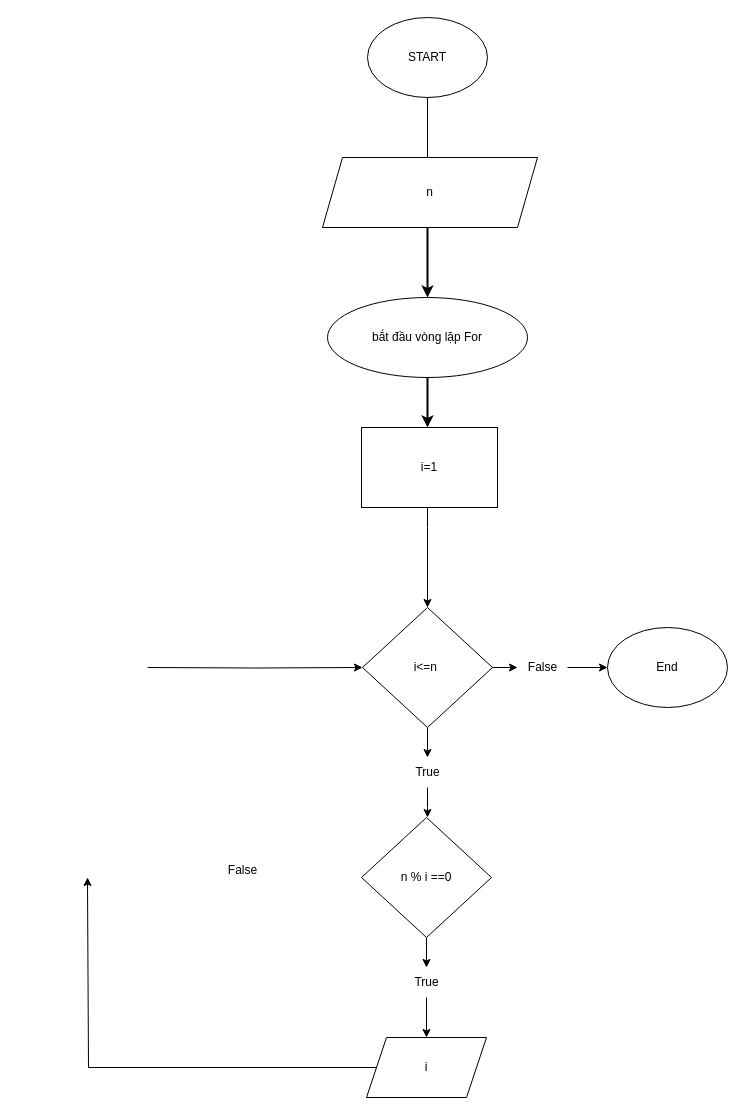
Above: Biểu đồ không có tiêu đề.drawio in huyduc2604/BuiXuanHuyDuc_K24A_drawio (draw.io), before the change. Source tidied: cells renumbered, new cells numbered last; positions are measured from the earlier drawing's top-left corner, leaving out a move shared by most shapes. Both pictures are drawn from the tidied source at 100%, with x=0, y=0 at pixel (87, 17).
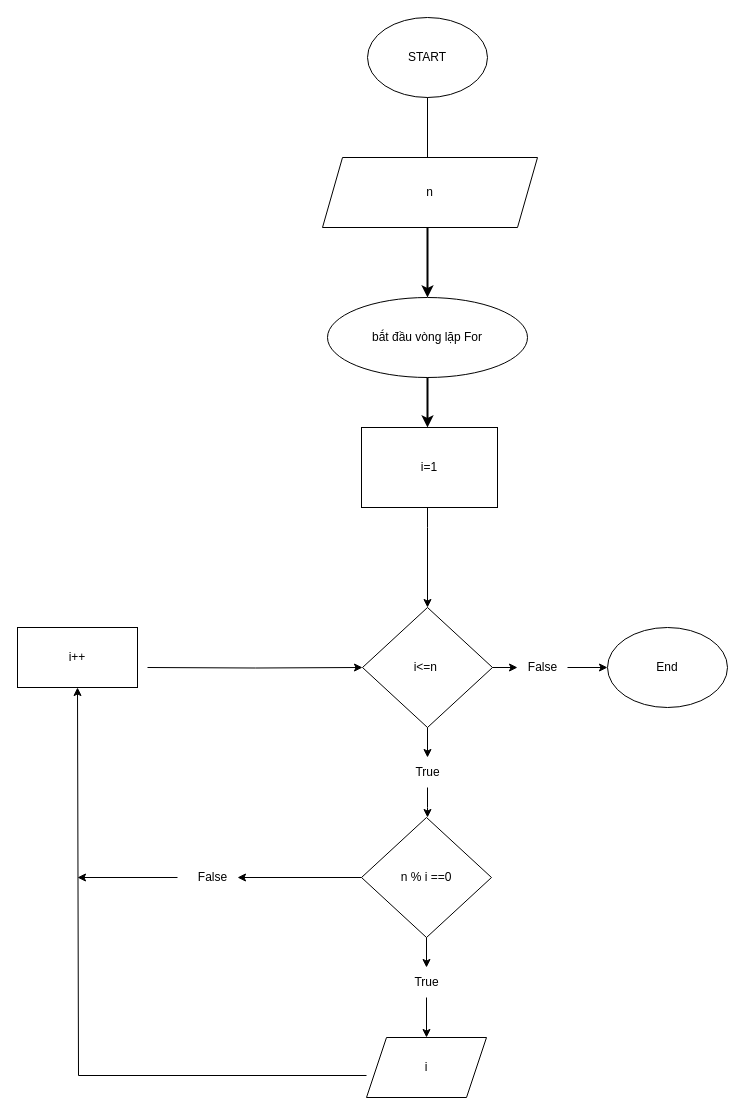
Above is the later version.

Commit message:
Cập nhật Biểu đồ không có tiêu đề.drawio

Unchanged cells that the change refers to:
```xml
<mxCell id="12" value="n % i ==0" style="rhombus;whiteSpace=wrap;html=1;" parent="1" vertex="1">
  <mxGeometry x="274" y="800" width="130" height="120" as="geometry" />
</mxCell>
<mxCell id="16" value="i" style="shape=parallelogram;perimeter=parallelogramPerimeter;whiteSpace=wrap;html=1;fixedSize=1;" parent="1" vertex="1">
  <mxGeometry x="279" y="1020" width="120" height="60" as="geometry" />
</mxCell>
```

What changed in the source:
```diff
@@
+    <mxCell id="26" style="edgeStyle=orthogonalEdgeStyle;rounded=0;jettySize=auto;html=1;" parent="1" edge="1" source="12" target="20">
+      <mxGeometry relative="1" as="geometry" />
+    </mxCell>
@@
-    <mxCell id="15" style="edgeStyle=orthogonalEdgeStyle;rounded=0;jettySize=auto;html=1;exitX=0;exitY=0.5;exitDx=0;exitDy=0;" parent="1" edge="1" source="16">
+    <mxCell id="15" style="edgeStyle=orthogonalEdgeStyle;rounded=0;jettySize=auto;html=1;exitX=0;exitY=0.5;exitDx=0;exitDy=0;entryX=0.5;entryY=1;entryDx=0;entryDy=0;" parent="1" edge="1" target="27">
       <mxGeometry relative="1" as="geometry">
-        <mxPoint y="860" as="targetPoint" />
+        <mxPoint x="279" y="1058" as="sourcePoint" />
         <Array as="points">
-          <mxPoint x="1" y="1050" />
+          <mxPoint x="-9" y="1058" />
         </Array>
       </mxGeometry>
     </mxCell>
@@
     <mxCell id="20" value="False" style="text;html=1;align=center;verticalAlign=middle;points=[];strokeColor=none;fillColor=none;" parent="1" vertex="1">
-      <mxGeometry x="130" y="838" width="50" height="30" as="geometry" />
+      <mxGeometry x="100" y="845" width="50" height="30" as="geometry" />
     </mxCell>
@@
+    <mxCell id="27" value="i++" style="whiteSpace=wrap;html=1;" parent="1" vertex="1">
+      <mxGeometry x="-70" y="610" width="120" height="60" as="geometry" />
+    </mxCell>
+    <mxCell id="28" style="endArrow=classic;html=1;rounded=0;" parent="1" edge="1">
+      <mxGeometry relative="1" as="geometry">
+        <mxPoint x="90" y="860" as="sourcePoint" />
+        <mxPoint x="-10" y="860" as="targetPoint" />
+      </mxGeometry>
+    </mxCell>
```
